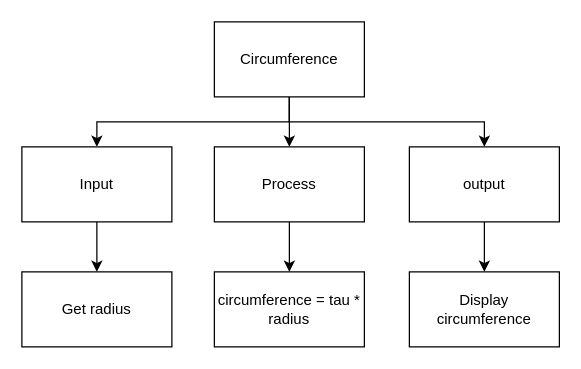
Earlier version of the draw.io diagram page "Top Down" (1 of 2) of design.drawio (Samuel-Webster-178/ICS3U-Unit4-Unit4-07-Python). Source tidied: cells renumbered, new cells numbered last; positions are measured from the earlier drawing's top-left corner, leaving out a move shared by most shapes. Both pictures are drawn from the tidied source at 125%, with x=0, y=0 at pixel (21, 21).
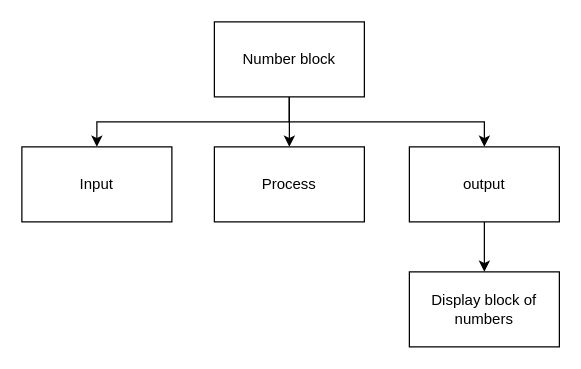
The same page after the edit.

What changed in the source:
```diff
@@
 <mxGraphModel>
   <root>
     <mxCell id="0" />
     <mxCell id="1" parent="0" />
     <mxCell id="2" style="edgeStyle=none;html=1;" parent="1" edge="1" source="5" target="9">
       <mxGeometry relative="1" as="geometry" />
     </mxCell>
     <mxCell id="3" style="edgeStyle=orthogonalEdgeStyle;html=1;entryX=0.5;entryY=0;entryDx=0;entryDy=0;rounded=0;" parent="1" edge="1" source="5" target="7">
       <mxGeometry relative="1" as="geometry">
         <Array as="points">
           <mxPoint x="214" y="80" />
           <mxPoint x="60" y="80" />
         </Array>
       </mxGeometry>
     </mxCell>
     <mxCell id="4" style="edgeStyle=orthogonalEdgeStyle;html=1;entryX=0.5;entryY=0;entryDx=0;entryDy=0;rounded=0;" parent="1" edge="1" source="5" target="11">
       <mxGeometry relative="1" as="geometry">
         <Array as="points">
           <mxPoint x="214" y="80" />
           <mxPoint x="370" y="80" />
         </Array>
       </mxGeometry>
     </mxCell>
-    <mxCell id="5" value="Circumference" style="rounded=0;whiteSpace=wrap;html=1;" parent="1" vertex="1">
+    <mxCell id="5" value="Number block" style="rounded=0;whiteSpace=wrap;html=1;" parent="1" vertex="1">
       <mxGeometry x="154" width="120" height="60" as="geometry" />
     </mxCell>
-    <mxCell id="6" style="edgeStyle=orthogonalEdgeStyle;rounded=0;html=1;" parent="1" edge="1" source="7" target="12">
-      <mxGeometry relative="1" as="geometry" />
-    </mxCell>
     <mxCell id="7" value="Input" style="rounded=0;whiteSpace=wrap;html=1;" parent="1" vertex="1">
       <mxGeometry y="100" width="120" height="60" as="geometry" />
     </mxCell>
-    <mxCell id="8" style="edgeStyle=orthogonalEdgeStyle;rounded=0;html=1;" parent="1" edge="1" source="9" target="13">
-      <mxGeometry relative="1" as="geometry" />
-    </mxCell>
     <mxCell id="9" value="Process" style="rounded=0;whiteSpace=wrap;html=1;" parent="1" vertex="1">
       <mxGeometry x="154" y="100" width="120" height="60" as="geometry" />
     </mxCell>
     <mxCell id="10" style="edgeStyle=orthogonalEdgeStyle;rounded=0;html=1;" parent="1" edge="1" source="11" target="14">
       <mxGeometry relative="1" as="geometry" />
     </mxCell>
     <mxCell id="11" value="output" style="rounded=0;whiteSpace=wrap;html=1;" parent="1" vertex="1">
       <mxGeometry x="310" y="100" width="120" height="60" as="geometry" />
     </mxCell>
-    <mxCell id="12" value="Get radius" style="rounded=0;whiteSpace=wrap;html=1;" parent="1" vertex="1">
-      <mxGeometry y="200" width="120" height="60" as="geometry" />
-    </mxCell>
-    <mxCell id="13" value="circumference = tau * radius" style="rounded=0;whiteSpace=wrap;html=1;" parent="1" vertex="1">
-      <mxGeometry x="154" y="200" width="120" height="60" as="geometry" />
-    </mxCell>
-    <mxCell id="14" value="Display circumference" style="rounded=0;whiteSpace=wrap;html=1;" parent="1" vertex="1">
+    <mxCell id="14" value="Display block of numbers" style="rounded=0;whiteSpace=wrap;html=1;" parent="1" vertex="1">
       <mxGeometry x="310" y="200" width="120" height="60" as="geometry" />
     </mxCell>
   </root>
 </mxGraphModel>
```
